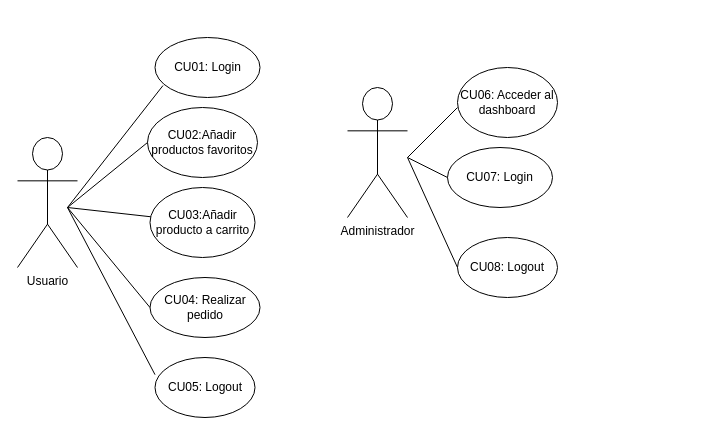
Before: CasosDeUso.drawio in Lunadetorres/ProyectoTAD, a draw.io diagram. Source tidied: cells renumbered, new cells numbered last; positions are measured from the earlier drawing's top-left corner, leaving out a move shared by most shapes. Both pictures are drawn from the tidied source at 100%, with x=0, y=0 at pixel (17, 37).
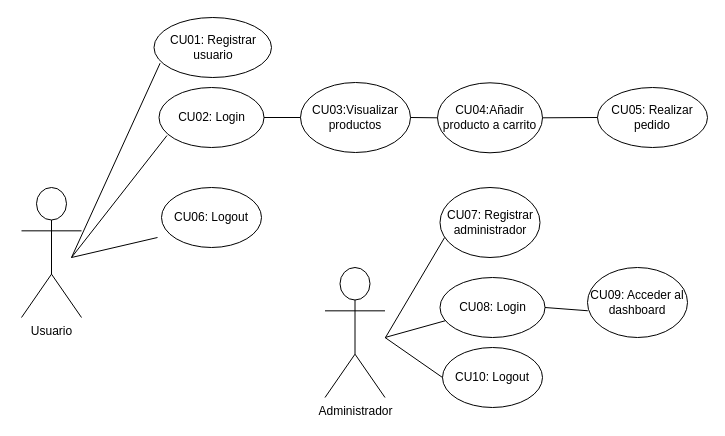
The same diagram, later.

Commit message:
Casos de uso

He hecho algunas modificaciones

The edit, as a diff of the source:
```diff
@@
     <mxCell id="2" value="Usuario" style="shape=umlActor;verticalLabelPosition=bottom;verticalAlign=top;html=1;" parent="1" vertex="1">
-      <mxGeometry y="100" width="60" height="130" as="geometry" />
+      <mxGeometry x="4" y="150" width="60" height="130" as="geometry" />
     </mxCell>
-    <mxCell id="3" value="CU03:Añadir producto a carrito" style="ellipse;whiteSpace=wrap;html=1;" parent="1" vertex="1">
-      <mxGeometry x="132.5" y="150" width="105" height="70" as="geometry" />
+    <mxCell id="3" value="CU04:Añadir producto a carrito" style="ellipse;whiteSpace=wrap;html=1;" parent="1" vertex="1">
+      <mxGeometry x="420" y="45.3" width="105" height="70" as="geometry" />
     </mxCell>
-    <mxCell id="4" value="CU02:Añadir productos favoritos" style="ellipse;whiteSpace=wrap;html=1;" parent="1" vertex="1">
-      <mxGeometry x="130" y="70" width="110" height="70" as="geometry" />
+    <mxCell id="4" value="CU03:Visualizar productos" style="ellipse;whiteSpace=wrap;html=1;" parent="1" vertex="1">
+      <mxGeometry x="283" y="45" width="110" height="70" as="geometry" />
     </mxCell>
-    <mxCell id="5" value="CU04: Realizar pedido" style="ellipse;whiteSpace=wrap;html=1;" parent="1" vertex="1">
-      <mxGeometry x="132.5" y="240" width="110" height="60" as="geometry" />
+    <mxCell id="5" value="CU05: Realizar pedido" style="ellipse;whiteSpace=wrap;html=1;" parent="1" vertex="1">
+      <mxGeometry x="580" y="50" width="110" height="60" as="geometry" />
     </mxCell>
-    <mxCell id="6" value="CU01: Login" style="ellipse;whiteSpace=wrap;html=1;" parent="1" vertex="1">
-      <mxGeometry x="137.5" width="105" height="60" as="geometry" />
+    <mxCell id="6" value="CU02: Login" style="ellipse;whiteSpace=wrap;html=1;" parent="1" vertex="1">
+      <mxGeometry x="141.5" y="50" width="105" height="60" as="geometry" />
     </mxCell>
     <mxCell id="7" style="endArrow=none;html=1;rounded=0;entryX=0.076;entryY=0.801;entryDx=0;entryDy=0;entryPerimeter=0;" parent="1" edge="1" target="6">
       <mxGeometry relative="1" as="geometry">
-        <mxPoint x="50" y="170" as="sourcePoint" />
+        <mxPoint x="54" y="220" as="sourcePoint" />
       </mxGeometry>
     </mxCell>
-    <mxCell id="8" style="endArrow=none;html=1;rounded=0;entryX=0;entryY=0.5;entryDx=0;entryDy=0;" parent="1" edge="1" target="4">
-      <mxGeometry relative="1" as="geometry">
-        <mxPoint x="50" y="170" as="sourcePoint" />
-      </mxGeometry>
+    <mxCell id="8" style="endArrow=none;html=1;rounded=0;entryX=0;entryY=0.5;entryDx=0;entryDy=0;exitX=1;exitY=0.5;exitDx=0;exitDy=0;" parent="1" edge="1" source="6" target="4">
+      <mxGeometry relative="1" as="geometry" />
     </mxCell>
-    <mxCell id="9" style="endArrow=none;html=1;rounded=0;" parent="1" edge="1" target="3">
-      <mxGeometry relative="1" as="geometry">
-        <mxPoint x="50" y="170" as="sourcePoint" />
-      </mxGeometry>
+    <mxCell id="9" style="endArrow=none;html=1;rounded=0;" parent="1" edge="1" source="4" target="3">
+      <mxGeometry relative="1" as="geometry" />
     </mxCell>
-    <mxCell id="10" style="endArrow=none;html=1;rounded=0;entryX=0;entryY=0.5;entryDx=0;entryDy=0;" parent="1" edge="1" target="5">
-      <mxGeometry relative="1" as="geometry">
-        <mxPoint x="50" y="170" as="sourcePoint" />
-      </mxGeometry>
+    <mxCell id="10" style="endArrow=none;html=1;rounded=0;entryX=0;entryY=0.5;entryDx=0;entryDy=0;" parent="1" edge="1" source="3" target="5">
+      <mxGeometry relative="1" as="geometry" />
     </mxCell>
-    <mxCell id="11" value="CU05: Logout" style="ellipse;whiteSpace=wrap;html=1;" parent="1" vertex="1">
-      <mxGeometry x="137.5" y="320" width="100" height="60" as="geometry" />
+    <mxCell id="11" value="CU06: Logout" style="ellipse;whiteSpace=wrap;html=1;" parent="1" vertex="1">
+      <mxGeometry x="144" y="150" width="100" height="60" as="geometry" />
     </mxCell>
-    <mxCell id="12" style="endArrow=none;html=1;rounded=0;exitX=0;exitY=0.286;exitDx=0;exitDy=0;exitPerimeter=0;" parent="1" edge="1" source="11">
+    <mxCell id="12" style="endArrow=none;html=1;rounded=0;" parent="1" edge="1">
       <mxGeometry relative="1" as="geometry">
-        <mxPoint x="50" y="170" as="targetPoint" />
+        <mxPoint x="140" y="200" as="sourcePoint" />
+        <mxPoint x="54" y="220" as="targetPoint" />
       </mxGeometry>
     </mxCell>
     <mxCell id="13" value="Administrador" style="shape=umlActor;verticalLabelPosition=bottom;verticalAlign=top;html=1;" parent="1" vertex="1">
-      <mxGeometry x="330" y="50" width="60" height="130" as="geometry" />
+      <mxGeometry x="307.5" y="230" width="60" height="130" as="geometry" />
     </mxCell>
-    <mxCell id="14" value="CU06: Acceder al dashboard" style="ellipse;whiteSpace=wrap;html=1;" parent="1" vertex="1">
-      <mxGeometry x="440" y="30" width="100" height="70" as="geometry" />
+    <mxCell id="14" value="CU09: Acceder al dashboard" style="ellipse;whiteSpace=wrap;html=1;" parent="1" vertex="1">
+      <mxGeometry x="570" y="230" width="100" height="70" as="geometry" />
     </mxCell>
-    <mxCell id="15" style="endArrow=none;html=1;rounded=0;" parent="1" edge="1">
-      <mxGeometry relative="1" as="geometry">
-        <mxPoint x="390" y="120" as="sourcePoint" />
-        <mxPoint x="440" y="70" as="targetPoint" />
-      </mxGeometry>
+    <mxCell id="15" style="endArrow=none;html=1;rounded=0;entryX=0.003;entryY=0.618;entryDx=0;entryDy=0;entryPerimeter=0;exitX=1;exitY=0.5;exitDx=0;exitDy=0;" parent="1" edge="1" source="16" target="14">
+      <mxGeometry relative="1" as="geometry" />
     </mxCell>
-    <mxCell id="16" value="CU07: Login" style="ellipse;whiteSpace=wrap;html=1;" parent="1" vertex="1">
-      <mxGeometry x="430" y="110" width="105" height="60" as="geometry" />
+    <mxCell id="16" value="CU08: Login" style="ellipse;whiteSpace=wrap;html=1;" parent="1" vertex="1">
+      <mxGeometry x="422.5" y="240" width="105" height="60" as="geometry" />
     </mxCell>
-    <mxCell id="17" value="CU08: Logout" style="ellipse;whiteSpace=wrap;html=1;" parent="1" vertex="1">
-      <mxGeometry x="440" y="200" width="100" height="60" as="geometry" />
+    <mxCell id="17" value="CU10: Logout" style="ellipse;whiteSpace=wrap;html=1;" parent="1" vertex="1">
+      <mxGeometry x="425" y="310" width="100" height="60" as="geometry" />
     </mxCell>
-    <mxCell id="18" style="endArrow=none;html=1;rounded=0;" parent="1" edge="1">
+    <mxCell id="18" style="endArrow=none;html=1;rounded=0;" parent="1" edge="1" target="16">
       <mxGeometry relative="1" as="geometry">
-        <mxPoint x="390" y="120" as="sourcePoint" />
-        <mxPoint x="430" y="140" as="targetPoint" />
+        <mxPoint x="367.5" y="300" as="sourcePoint" />
       </mxGeometry>
     </mxCell>
     <mxCell id="19" style="endArrow=none;html=1;rounded=0;entryX=0;entryY=0.5;entryDx=0;entryDy=0;" parent="1" edge="1" target="17">
       <mxGeometry relative="1" as="geometry">
-        <mxPoint x="390" y="120" as="sourcePoint" />
+        <mxPoint x="367.5" y="300" as="sourcePoint" />
       </mxGeometry>
     </mxCell>
+    <mxCell id="20" value="CU01: Registrar usuario" style="ellipse;whiteSpace=wrap;html=1;" parent="1" vertex="1">
+      <mxGeometry x="136.5" y="-20" width="117.5" height="60" as="geometry" />
+    </mxCell>
+    <mxCell id="21" style="endArrow=none;html=1;rounded=0;entryX=0.052;entryY=0.761;entryDx=0;entryDy=0;entryPerimeter=0;" parent="1" edge="1" target="20">
+      <mxGeometry relative="1" as="geometry">
+        <mxPoint x="54" y="220" as="sourcePoint" />
+      </mxGeometry>
+    </mxCell>
+    <mxCell id="22" value="CU07: Registrar administrador" style="ellipse;whiteSpace=wrap;html=1;" parent="1" vertex="1">
+      <mxGeometry x="422.5" y="150" width="100" height="70" as="geometry" />
+    </mxCell>
+    <mxCell id="23" style="endArrow=none;html=1;rounded=0;entryX=0.021;entryY=0.782;entryDx=0;entryDy=0;entryPerimeter=0;" parent="1" edge="1">
+      <mxGeometry relative="1" as="geometry">
+        <mxPoint x="368" y="300" as="sourcePoint" />
+        <mxPoint x="427.1" y="200" as="targetPoint" />
+      </mxGeometry>
+    </mxCell>
```
